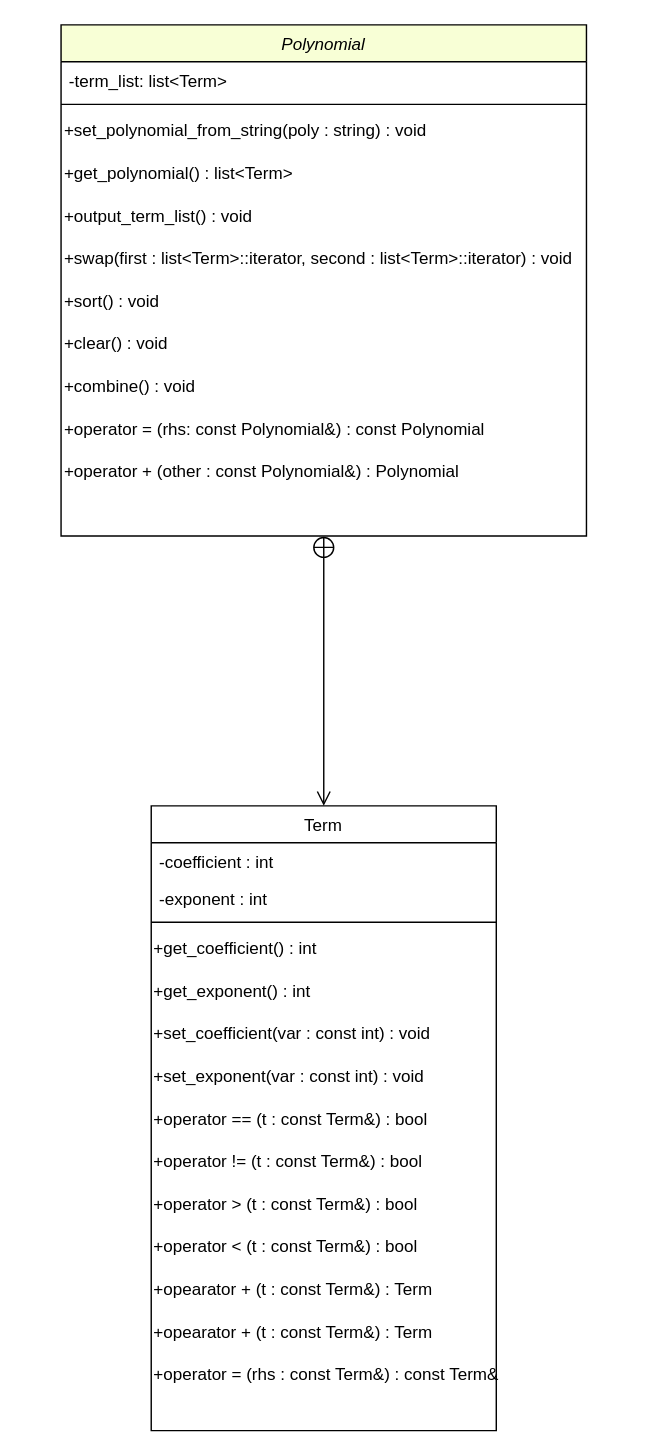
ev248274/Team-Project-1 keeps this draw.io diagram as Copy_Project_1b_UML_Diagram.drawio. Above is the earlier version. Source tidied: cells renumbered, new cells numbered last; positions are measured from the earlier drawing's top-left corner, leaving out a move shared by most shapes. Both pictures are drawn from the tidied source at 142%, with x=0, y=0 at pixel (61, 24).
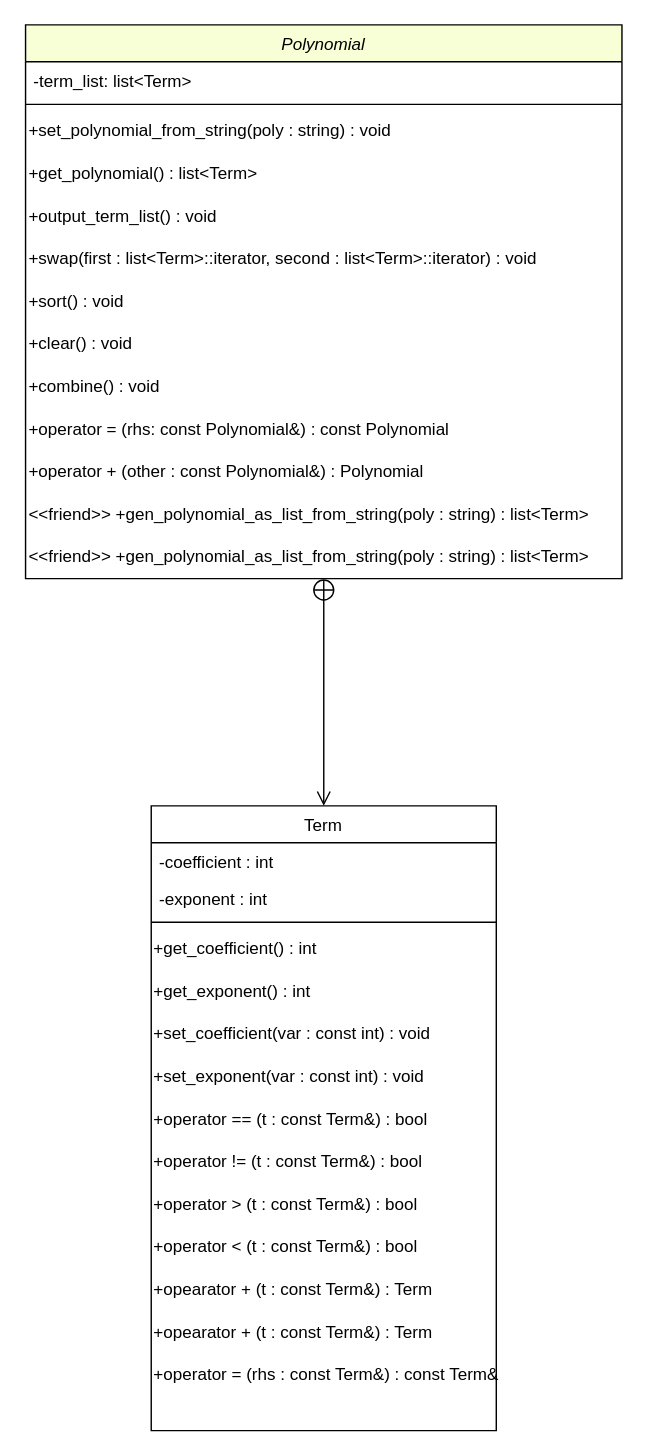
Above is the later version.

Commit message (it also covers changes not shown here):
Finished the UML Diagram and added it to the Project Report

Finished the UML Diagram and added it to the Project Report

Change to the diagram source:
```diff
@@
     <mxCell id="2" value="Polynomial" style="swimlane;fontStyle=2;align=center;verticalAlign=top;horizontal=1;startSize=26;rounded=0;shadow=0;strokeWidth=1;fillColor=#F8FFD6;strokeColor=#000000;" parent="1" vertex="1">
-      <mxGeometry x="-0.5" width="370" height="360" as="geometry" />
+      <mxGeometry x="-25.5" width="420" height="390" as="geometry" />
     </mxCell>
     <mxCell id="3" value="-term_list: list&lt;Term&gt;" style="text;align=left;verticalAlign=top;spacingLeft=4;spacingRight=4;overflow=hidden;strokeColor=none;" parent="2" vertex="1">
-      <mxGeometry y="26" width="370" height="26" as="geometry" />
+      <mxGeometry y="26" width="420" height="26" as="geometry" />
     </mxCell>
     <mxCell id="4" style="line;html=1;strokeWidth=1;align=left;verticalAlign=middle;spacingTop=-1;spacingLeft=3;spacingRight=3;labelPosition=right;" parent="2" vertex="1">
-      <mxGeometry y="52" width="370" height="8" as="geometry" />
+      <mxGeometry y="52" width="420" height="8" as="geometry" />
     </mxCell>
     <mxCell id="5" value="+set_polynomial_from_string(poly : string) : void" style="text;html=1;align=left;verticalAlign=middle;strokeColor=none;fillColor=none;" parent="2" vertex="1">
-      <mxGeometry y="60" width="370" height="30" as="geometry" />
+      <mxGeometry y="60" width="420" height="30" as="geometry" />
     </mxCell>
     <mxCell id="6" value="+get_polynomial() : list&amp;lt;Term&amp;gt;" style="text;html=1;align=left;verticalAlign=middle;strokeColor=none;fillColor=none;" parent="2" vertex="1">
-      <mxGeometry y="90" width="370" height="30" as="geometry" />
+      <mxGeometry y="90" width="420" height="30" as="geometry" />
     </mxCell>
     <mxCell id="7" value="+output_term_list() : void" style="text;html=1;align=left;verticalAlign=middle;strokeColor=none;fillColor=none;" parent="2" vertex="1">
-      <mxGeometry y="120" width="370" height="30" as="geometry" />
+      <mxGeometry y="120" width="420" height="30" as="geometry" />
     </mxCell>
     <mxCell id="8" value="+swap(first : list&amp;lt;Term&amp;gt;::iterator, second : list&amp;lt;Term&amp;gt;::iterator) : void" style="text;html=1;align=left;verticalAlign=middle;strokeColor=none;fillColor=none;" parent="2" vertex="1">
-      <mxGeometry y="150" width="370" height="30" as="geometry" />
+      <mxGeometry y="150" width="420" height="30" as="geometry" />
     </mxCell>
     <mxCell id="9" value="+sort() : void" style="text;html=1;align=left;verticalAlign=middle;strokeColor=none;fillColor=none;" parent="2" vertex="1">
-      <mxGeometry y="180" width="370" height="30" as="geometry" />
+      <mxGeometry y="180" width="420" height="30" as="geometry" />
     </mxCell>
     <mxCell id="10" value="+clear() : void" style="text;html=1;align=left;verticalAlign=middle;strokeColor=none;fillColor=none;" parent="2" vertex="1">
-      <mxGeometry y="210" width="370" height="30" as="geometry" />
+      <mxGeometry y="210" width="420" height="30" as="geometry" />
     </mxCell>
     <mxCell id="11" value="+combine() : void" style="text;html=1;align=left;verticalAlign=middle;strokeColor=none;fillColor=none;" parent="2" vertex="1">
-      <mxGeometry y="240" width="370" height="30" as="geometry" />
+      <mxGeometry y="240" width="420" height="30" as="geometry" />
     </mxCell>
     <mxCell id="12" value="+operator = (rhs: const Polynomial&amp;amp;) : const Polynomial" style="text;html=1;align=left;verticalAlign=middle;strokeColor=none;fillColor=none;" parent="2" vertex="1">
-      <mxGeometry y="270" width="370" height="30" as="geometry" />
+      <mxGeometry y="270" width="420" height="30" as="geometry" />
     </mxCell>
     <mxCell id="13" value="+operator + (other : const Polynomial&amp;amp;) : Polynomial" style="text;html=1;align=left;verticalAlign=middle;strokeColor=none;fillColor=none;" parent="2" vertex="1">
-      <mxGeometry y="300" width="370" height="30" as="geometry" />
+      <mxGeometry y="300" width="420" height="30" as="geometry" />
     </mxCell>
+    <mxCell id="30" value="&amp;lt;&amp;lt;friend&amp;gt;&amp;gt; +gen_polynomial_as_list_from_string(poly : string) : list&amp;lt;Term&amp;gt;" style="text;html=1;align=left;verticalAlign=middle;strokeColor=none;fillColor=none;" parent="2" vertex="1">
+      <mxGeometry y="330" width="420" height="30" as="geometry" />
+    </mxCell>
+    <mxCell id="31" value="&amp;lt;&amp;lt;friend&amp;gt;&amp;gt; +gen_polynomial_as_list_from_string(poly : string) : list&amp;lt;Term&amp;gt;" style="text;html=1;align=left;verticalAlign=middle;strokeColor=none;fillColor=none;" parent="2" vertex="1">
+      <mxGeometry y="360" width="420" height="30" as="geometry" />
+    </mxCell>
```
